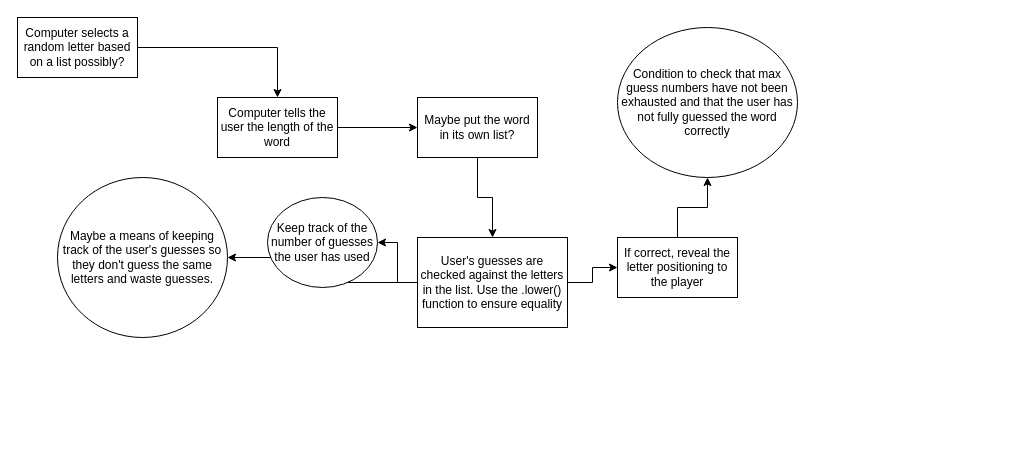
The draw.io diagram Day_7/Hangman Flowchart.drawio in UnYieldinSpirit/Python-Learning, before the edit. Source tidied: cells renumbered, new cells numbered last; positions are measured from the earlier drawing's top-left corner, leaving out a move shared by most shapes. Both pictures are drawn from the tidied source at 100%, with x=0, y=0 at pixel (17, 17).
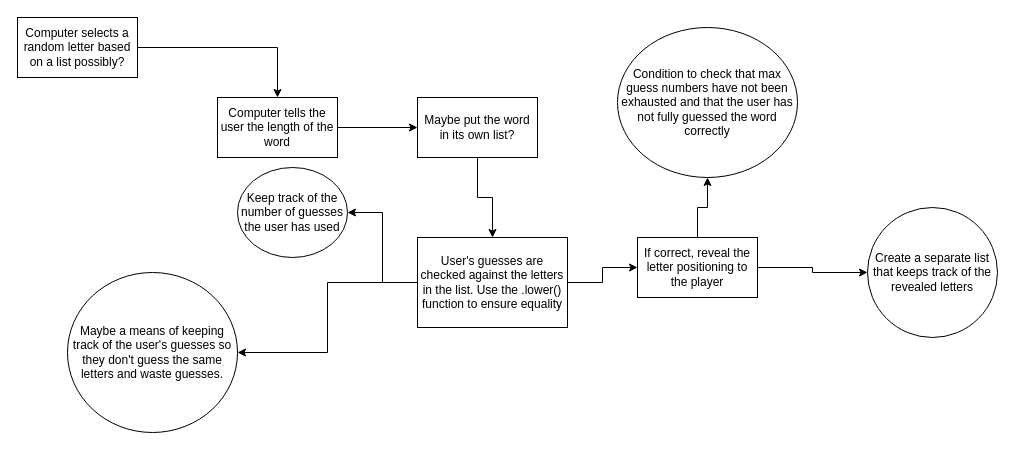
The same diagram, later.

The edit, as a diff of the source:
```diff
@@
 <mxGraphModel>
   <root>
     <mxCell id="0" />
     <mxCell id="1" parent="0" />
     <mxCell id="2" style="edgeStyle=orthogonalEdgeStyle;rounded=0;jettySize=auto;html=1;" parent="1" edge="1" source="3" target="5">
       <mxGeometry relative="1" as="geometry" />
     </mxCell>
     <mxCell id="3" value="Computer selects a random letter based on a list possibly?" style="rounded=0;whiteSpace=wrap;html=1;" parent="1" vertex="1">
       <mxGeometry width="120" height="60" as="geometry" />
     </mxCell>
     <mxCell id="4" style="edgeStyle=orthogonalEdgeStyle;rounded=0;jettySize=auto;html=1;" parent="1" edge="1" source="5" target="7">
       <mxGeometry relative="1" as="geometry" />
     </mxCell>
     <mxCell id="5" value="Computer tells the user the length of the word" style="whiteSpace=wrap;html=1;rounded=0;" parent="1" vertex="1">
       <mxGeometry x="200" y="80" width="120" height="60" as="geometry" />
     </mxCell>
     <mxCell id="6" style="edgeStyle=orthogonalEdgeStyle;rounded=0;jettySize=auto;html=1;" parent="1" edge="1" source="7" target="11">
       <mxGeometry relative="1" as="geometry" />
     </mxCell>
     <mxCell id="7" value="Maybe put the word in its own list?" style="whiteSpace=wrap;html=1;rounded=0;" parent="1" vertex="1">
       <mxGeometry x="400" y="80" width="120" height="60" as="geometry" />
     </mxCell>
     <mxCell id="8" style="edgeStyle=orthogonalEdgeStyle;rounded=0;jettySize=auto;html=1;" parent="1" edge="1" source="11" target="13">
       <mxGeometry relative="1" as="geometry" />
     </mxCell>
     <mxCell id="9" style="edgeStyle=orthogonalEdgeStyle;rounded=0;jettySize=auto;html=1;" parent="1" edge="1" source="11" target="14">
       <mxGeometry relative="1" as="geometry" />
     </mxCell>
     <mxCell id="10" style="edgeStyle=orthogonalEdgeStyle;rounded=0;jettySize=auto;html=1;" parent="1" edge="1" source="11" target="16">
       <mxGeometry relative="1" as="geometry" />
     </mxCell>
     <mxCell id="11" value="User's guesses are checked against the letters in the list. Use the .lower() function to ensure equality" style="whiteSpace=wrap;html=1;rounded=0;" parent="1" vertex="1">
       <mxGeometry x="400" y="220" width="150" height="90" as="geometry" />
     </mxCell>
     <mxCell id="12" style="edgeStyle=orthogonalEdgeStyle;rounded=0;jettySize=auto;html=1;" parent="1" edge="1" source="13" target="15">
       <mxGeometry relative="1" as="geometry" />
     </mxCell>
+    <mxCell id="17" style="edgeStyle=orthogonalEdgeStyle;rounded=0;jettySize=auto;html=1;" parent="1" edge="1" source="13" target="18">
+      <mxGeometry relative="1" as="geometry" />
+    </mxCell>
     <mxCell id="13" value="If correct, reveal the letter positioning to the player" style="whiteSpace=wrap;html=1;rounded=0;" parent="1" vertex="1">
-      <mxGeometry x="600" y="220" width="120" height="60" as="geometry" />
+      <mxGeometry x="620" y="220" width="120" height="60" as="geometry" />
     </mxCell>
     <mxCell id="14" value="Keep track of the number of guesses the user has used" style="ellipse;whiteSpace=wrap;html=1;rounded=0;" parent="1" vertex="1">
-      <mxGeometry x="250" y="180" width="110" height="90" as="geometry" />
+      <mxGeometry x="220" y="150" width="110" height="90" as="geometry" />
     </mxCell>
     <mxCell id="15" value="Condition to check that max guess numbers have not been exhausted and that the user has not fully guessed the word correctly" style="ellipse;whiteSpace=wrap;html=1;rounded=0;" parent="1" vertex="1">
       <mxGeometry x="600" y="10" width="180" height="150" as="geometry" />
     </mxCell>
     <mxCell id="16" value="Maybe a means of keeping track of the user's guesses so they don't guess the same letters and waste guesses." style="ellipse;whiteSpace=wrap;html=1;rounded=0;" parent="1" vertex="1">
-      <mxGeometry x="40" y="160" width="170" height="160" as="geometry" />
+      <mxGeometry x="50" y="255" width="170" height="160" as="geometry" />
     </mxCell>
+    <mxCell id="18" value="Create a separate list that keeps track of the revealed letters" style="ellipse;whiteSpace=wrap;html=1;rounded=0;" parent="1" vertex="1">
+      <mxGeometry x="850" y="190" width="130" height="130" as="geometry" />
+    </mxCell>
   </root>
 </mxGraphModel>
```
